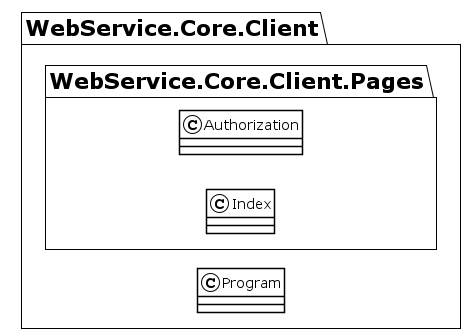
Before: Documentation/UML/Images/client.png, a diagram exported from PlantUML (ahja-itu/BDSA2021-FinalProject).
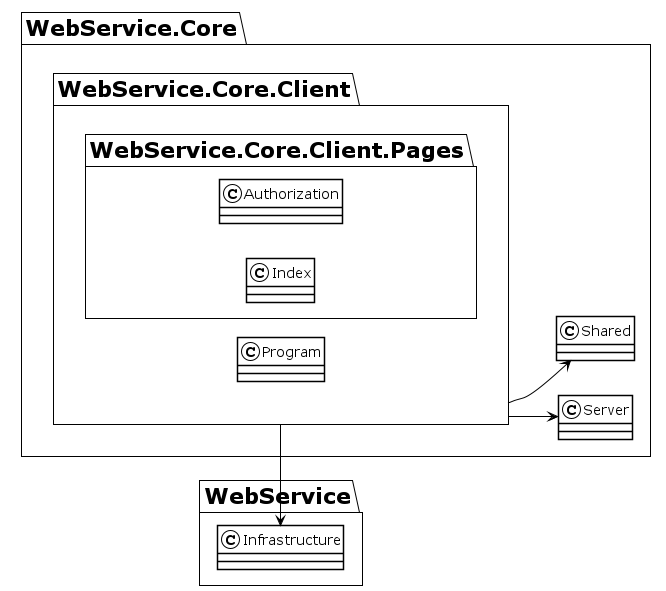
After the change.

Change to the diagram source:
```diff
@@ -1,12 +1,18 @@
 @startuml
 !theme plain
 left to right direction
-package WebService.Core.Client {
-    class Program { }
-    package WebService.Core.Client.Pages {
-        class Authorization {}
-        class Index {}
+package WebService.Core {
+    package WebService.Core.Client {
+        class Program { }
+        package WebService.Core.Client.Pages {
+            class Authorization {}
+            class Index {}
+        }
     }
 }
 
+WebService.Core.Client --> WebService.Core.Server
+WebService.Core.Client --> WebService.Core.Shared
+WebService.Core.Client -l-> WebService.Infrastructure
+
 @enduml
```
